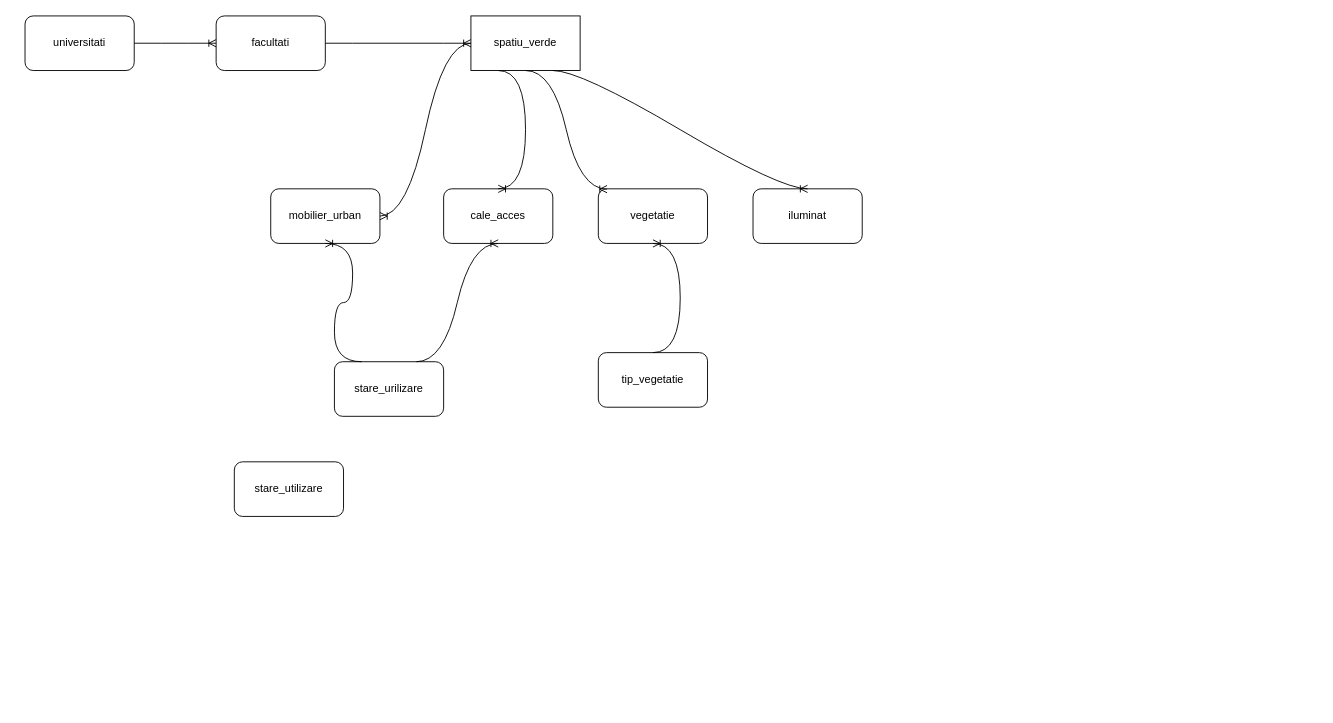
The draw.io diagram db.drawio in alexandrucostinas/sem2_alex, before the edit. Source tidied: cells renumbered, new cells numbered last; positions are measured from the earlier drawing's top-left corner, leaving out a move shared by most shapes. Both pictures are drawn from the tidied source at 91%, with x=0, y=0 at pixel (25, 15).
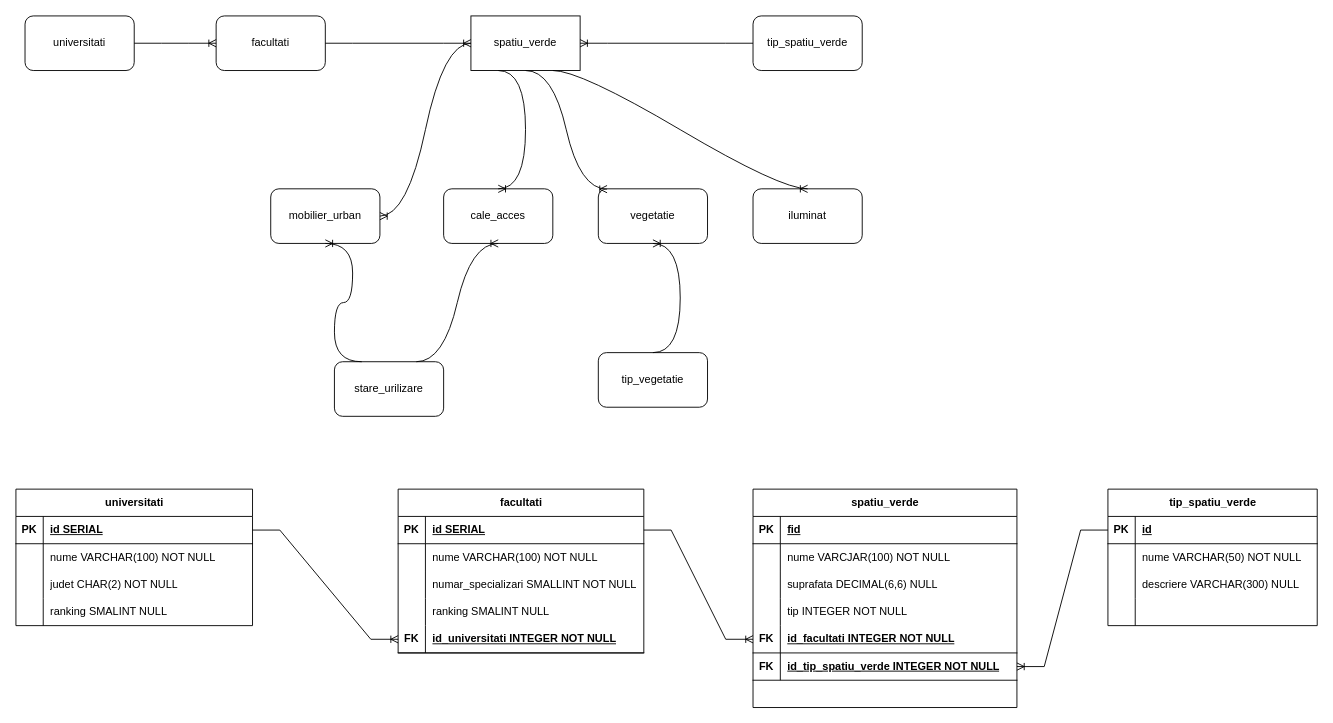
After the change.

The change refers to these unchanged cells:
```xml
<mxCell id="2" value="spatiu_verde" style="rounded=0;whiteSpace=wrap;html=1;" parent="1" vertex="1">
  <mxGeometry x="490" width="120" height="60" as="geometry" />
</mxCell>
```

The edit, as a diff of the source:
```diff
@@
-    <mxCell id="8" value="stare_utilizare" style="rounded=1;whiteSpace=wrap;html=1;" parent="1" vertex="1">
-      <mxGeometry x="230" y="490" width="120" height="60" as="geometry" />
-    </mxCell>
@@
+    <mxCell id="21" value="universitati" style="shape=table;startSize=30;childLayout=tableLayout;rowLines=0;fontStyle=1;align=center;html=1;" parent="1" vertex="1">
+      <mxGeometry x="-10" y="520" width="260" height="150" as="geometry" />
+    </mxCell>
+    <mxCell id="22" style="shape=tableRow;horizontal=0;startSize=0;swimlaneHead=0;swimlaneBody=0;fillColor=none;points=[[0,0.5],[1,0.5]];portConstraint=eastwest;top=0;left=0;right=0;bottom=1;" parent="21" vertex="1">
+      <mxGeometry y="30" width="260" height="30" as="geometry" />
+    </mxCell>
+    <mxCell id="23" value="PK" style="shape=partialRectangle;fillColor=none;top=0;left=0;bottom=0;right=0;fontStyle=1;overflow=hidden;whiteSpace=wrap;html=1;" parent="22" vertex="1">
+      <mxGeometry width="30" height="30" as="geometry" />
+    </mxCell>
+    <mxCell id="24" value="id SERIAL" style="shape=partialRectangle;fillColor=none;top=0;left=0;bottom=0;right=0;align=left;spacingLeft=6;fontStyle=5;overflow=hidden;whiteSpace=wrap;html=1;" parent="22" vertex="1">
+      <mxGeometry x="30" width="230" height="30" as="geometry" />
+    </mxCell>
+    <mxCell id="25" style="shape=tableRow;horizontal=0;startSize=0;swimlaneHead=0;swimlaneBody=0;fillColor=none;top=0;left=0;right=0;bottom=0;" parent="21" vertex="1">
+      <mxGeometry y="60" width="260" height="30" as="geometry" />
+    </mxCell>
+    <mxCell id="26" style="shape=partialRectangle;fillColor=none;top=0;left=0;bottom=0;right=0;overflow=hidden;whiteSpace=wrap;html=1;" parent="25" vertex="1">
+      <mxGeometry width="30" height="30" as="geometry" />
+    </mxCell>
+    <mxCell id="27" value="nume VARCHAR(100) NOT NULL" style="shape=partialRectangle;fillColor=none;top=0;left=0;bottom=0;right=0;align=left;spacingLeft=6;overflow=hidden;whiteSpace=wrap;html=1;" parent="25" vertex="1">
+      <mxGeometry x="30" width="230" height="30" as="geometry" />
+    </mxCell>
+    <mxCell id="28" style="shape=tableRow;horizontal=0;startSize=0;swimlaneHead=0;swimlaneBody=0;fillColor=none;top=0;left=0;right=0;bottom=0;" parent="21" vertex="1">
+      <mxGeometry y="90" width="260" height="30" as="geometry" />
+    </mxCell>
+    <mxCell id="29" style="shape=partialRectangle;fillColor=none;top=0;left=0;bottom=0;right=0;overflow=hidden;whiteSpace=wrap;html=1;" parent="28" vertex="1">
+      <mxGeometry width="30" height="30" as="geometry" />
+    </mxCell>
+    <mxCell id="30" value="judet CHAR(2) NOT NULL" style="shape=partialRectangle;fillColor=none;top=0;left=0;bottom=0;right=0;align=left;spacingLeft=6;overflow=hidden;whiteSpace=wrap;html=1;" parent="28" vertex="1">
+      <mxGeometry x="30" width="230" height="30" as="geometry" />
+    </mxCell>
+    <mxCell id="31" style="shape=tableRow;horizontal=0;startSize=0;swimlaneHead=0;swimlaneBody=0;fillColor=none;top=0;left=0;right=0;bottom=0;" parent="21" vertex="1">
+      <mxGeometry y="120" width="260" height="30" as="geometry" />
+    </mxCell>
+    <mxCell id="32" style="shape=partialRectangle;fillColor=none;top=0;left=0;bottom=0;right=0;overflow=hidden;whiteSpace=wrap;html=1;" parent="31" vertex="1">
+      <mxGeometry width="30" height="30" as="geometry" />
+    </mxCell>
+    <mxCell id="33" value="ranking SMALINT NULL" style="shape=partialRectangle;fillColor=none;top=0;left=0;bottom=0;right=0;align=left;spacingLeft=6;overflow=hidden;whiteSpace=wrap;html=1;" parent="31" vertex="1">
+      <mxGeometry x="30" width="230" height="30" as="geometry" />
+    </mxCell>
+    <mxCell id="34" value="facultati" style="shape=table;startSize=30;childLayout=tableLayout;rowLines=0;fontStyle=1;align=center;html=1;" parent="1" vertex="1">
+      <mxGeometry x="410" y="520" width="270" height="180" as="geometry" />
+    </mxCell>
+    <mxCell id="35" style="shape=tableRow;horizontal=0;startSize=0;swimlaneHead=0;swimlaneBody=0;fillColor=none;points=[[0,0.5],[1,0.5]];portConstraint=eastwest;top=0;left=0;right=0;bottom=1;" parent="34" vertex="1">
+      <mxGeometry y="30" width="270" height="30" as="geometry" />
+    </mxCell>
+    <mxCell id="36" value="PK" style="shape=partialRectangle;fillColor=none;top=0;left=0;bottom=0;right=0;fontStyle=1;overflow=hidden;whiteSpace=wrap;html=1;" parent="35" vertex="1">
+      <mxGeometry width="30" height="30" as="geometry" />
+    </mxCell>
+    <mxCell id="37" value="id SERIAL" style="shape=partialRectangle;fillColor=none;top=0;left=0;bottom=0;right=0;align=left;spacingLeft=6;fontStyle=5;overflow=hidden;whiteSpace=wrap;html=1;" parent="35" vertex="1">
+      <mxGeometry x="30" width="240" height="30" as="geometry" />
+    </mxCell>
+    <mxCell id="38" style="shape=tableRow;horizontal=0;startSize=0;swimlaneHead=0;swimlaneBody=0;fillColor=none;top=0;left=0;right=0;bottom=0;" parent="34" vertex="1">
+      <mxGeometry y="60" width="270" height="30" as="geometry" />
+    </mxCell>
+    <mxCell id="39" style="shape=partialRectangle;fillColor=none;top=0;left=0;bottom=0;right=0;overflow=hidden;whiteSpace=wrap;html=1;" parent="38" vertex="1">
+      <mxGeometry width="30" height="30" as="geometry" />
+    </mxCell>
+    <mxCell id="40" value="nume VARCHAR(100) NOT NULL" style="shape=partialRectangle;fillColor=none;top=0;left=0;bottom=0;right=0;align=left;spacingLeft=6;overflow=hidden;whiteSpace=wrap;html=1;" parent="38" vertex="1">
+      <mxGeometry x="30" width="240" height="30" as="geometry" />
+    </mxCell>
+    <mxCell id="41" style="shape=tableRow;horizontal=0;startSize=0;swimlaneHead=0;swimlaneBody=0;fillColor=none;top=0;left=0;right=0;bottom=0;" parent="34" vertex="1">
+      <mxGeometry y="90" width="270" height="30" as="geometry" />
+    </mxCell>
+    <mxCell id="42" style="shape=partialRectangle;fillColor=none;top=0;left=0;bottom=0;right=0;overflow=hidden;whiteSpace=wrap;html=1;" parent="41" vertex="1">
+      <mxGeometry width="30" height="30" as="geometry" />
+    </mxCell>
+    <mxCell id="43" value="numar_specializari SMALLINT NOT NULL" style="shape=partialRectangle;fillColor=none;top=0;left=0;bottom=0;right=0;align=left;spacingLeft=6;overflow=hidden;whiteSpace=wrap;html=1;" parent="41" vertex="1">
+      <mxGeometry x="30" width="240" height="30" as="geometry" />
+    </mxCell>
+    <mxCell id="44" style="shape=tableRow;horizontal=0;startSize=0;swimlaneHead=0;swimlaneBody=0;fillColor=none;top=0;left=0;right=0;bottom=0;" parent="34" vertex="1">
+      <mxGeometry y="120" width="270" height="30" as="geometry" />
+    </mxCell>
+    <mxCell id="45" style="shape=partialRectangle;fillColor=none;top=0;left=0;bottom=0;right=0;overflow=hidden;whiteSpace=wrap;html=1;" parent="44" vertex="1">
+      <mxGeometry width="30" height="30" as="geometry" />
+    </mxCell>
+    <mxCell id="46" value="ranking SMALINT NULL" style="shape=partialRectangle;fillColor=none;top=0;left=0;bottom=0;right=0;align=left;spacingLeft=6;overflow=hidden;whiteSpace=wrap;html=1;" parent="44" vertex="1">
+      <mxGeometry x="30" width="240" height="30" as="geometry" />
+    </mxCell>
+    <mxCell id="47" style="shape=tableRow;horizontal=0;startSize=0;swimlaneHead=0;swimlaneBody=0;fillColor=none;points=[[0,0.5],[1,0.5]];portConstraint=eastwest;top=0;left=0;right=0;bottom=1;" parent="34" vertex="1">
+      <mxGeometry y="150" width="270" height="30" as="geometry" />
+    </mxCell>
+    <mxCell id="48" value="FK" style="shape=partialRectangle;fillColor=none;top=0;left=0;bottom=0;right=0;fontStyle=1;overflow=hidden;whiteSpace=wrap;html=1;" parent="47" vertex="1">
+      <mxGeometry width="30" height="30" as="geometry" />
+    </mxCell>
+    <mxCell id="49" value="id_universitati INTEGER NOT NULL" style="shape=partialRectangle;fillColor=none;top=0;left=0;bottom=0;right=0;align=left;spacingLeft=6;fontStyle=5;overflow=hidden;whiteSpace=wrap;html=1;" parent="47" vertex="1">
+      <mxGeometry x="30" width="240" height="30" as="geometry" />
+    </mxCell>
+    <mxCell id="50" style="edgeStyle=entityRelationEdgeStyle;fontSize=12;html=1;endArrow=ERoneToMany;rounded=0;exitX=1;exitY=0.5;exitDx=0;exitDy=0;entryX=0;entryY=0.5;entryDx=0;entryDy=0;" parent="1" edge="1" source="22" target="47">
+      <mxGeometry relative="1" as="geometry" />
+    </mxCell>
+    <mxCell id="51" value="spatiu_verde" style="shape=table;startSize=30;childLayout=tableLayout;rowLines=0;fontStyle=1;align=center;html=1;" parent="1" vertex="1">
+      <mxGeometry x="800" y="520" width="290" height="240" as="geometry" />
+    </mxCell>
+    <mxCell id="52" style="shape=tableRow;horizontal=0;startSize=0;swimlaneHead=0;swimlaneBody=0;fillColor=none;top=0;left=0;right=0;bottom=1;" parent="51" vertex="1">
+      <mxGeometry y="30" width="290" height="30" as="geometry" />
+    </mxCell>
+    <mxCell id="53" value="PK" style="shape=partialRectangle;fillColor=none;top=0;left=0;bottom=0;right=0;fontStyle=1;overflow=hidden;whiteSpace=wrap;html=1;" parent="52" vertex="1">
+      <mxGeometry width="30" height="30" as="geometry" />
+    </mxCell>
+    <mxCell id="54" value="fid" style="shape=partialRectangle;fillColor=none;top=0;left=0;bottom=0;right=0;align=left;spacingLeft=6;fontStyle=5;overflow=hidden;whiteSpace=wrap;html=1;" parent="52" vertex="1">
+      <mxGeometry x="30" width="260" height="30" as="geometry" />
+    </mxCell>
+    <mxCell id="55" style="shape=tableRow;horizontal=0;startSize=0;swimlaneHead=0;swimlaneBody=0;fillColor=none;top=0;left=0;right=0;bottom=0;" parent="51" vertex="1">
+      <mxGeometry y="60" width="290" height="30" as="geometry" />
+    </mxCell>
+    <mxCell id="56" style="shape=partialRectangle;fillColor=none;top=0;left=0;bottom=0;right=0;overflow=hidden;whiteSpace=wrap;html=1;" parent="55" vertex="1">
+      <mxGeometry width="30" height="30" as="geometry" />
+    </mxCell>
+    <mxCell id="57" value="nume VARCJAR(100) NOT NULL" style="shape=partialRectangle;fillColor=none;top=0;left=0;bottom=0;right=0;align=left;spacingLeft=6;overflow=hidden;whiteSpace=wrap;html=1;" parent="55" vertex="1">
+      <mxGeometry x="30" width="260" height="30" as="geometry" />
+    </mxCell>
+    <mxCell id="58" style="shape=tableRow;horizontal=0;startSize=0;swimlaneHead=0;swimlaneBody=0;fillColor=none;top=0;left=0;right=0;bottom=0;" parent="51" vertex="1">
+      <mxGeometry y="90" width="290" height="30" as="geometry" />
+    </mxCell>
+    <mxCell id="59" style="shape=partialRectangle;fillColor=none;top=0;left=0;bottom=0;right=0;overflow=hidden;whiteSpace=wrap;html=1;" parent="58" vertex="1">
+      <mxGeometry width="30" height="30" as="geometry" />
+    </mxCell>
+    <mxCell id="60" value="suprafata DECIMAL(6,6) NULL" style="shape=partialRectangle;fillColor=none;top=0;left=0;bottom=0;right=0;align=left;spacingLeft=6;overflow=hidden;whiteSpace=wrap;html=1;" parent="58" vertex="1">
+      <mxGeometry x="30" width="260" height="30" as="geometry" />
+    </mxCell>
+    <mxCell id="61" style="shape=tableRow;horizontal=0;startSize=0;swimlaneHead=0;swimlaneBody=0;fillColor=none;top=0;left=0;right=0;bottom=0;" parent="51" vertex="1">
+      <mxGeometry y="120" width="290" height="30" as="geometry" />
+    </mxCell>
+    <mxCell id="62" style="shape=partialRectangle;fillColor=none;top=0;left=0;bottom=0;right=0;overflow=hidden;whiteSpace=wrap;html=1;" parent="61" vertex="1">
+      <mxGeometry width="30" height="30" as="geometry" />
+    </mxCell>
+    <mxCell id="63" value="tip INTEGER NOT NULL" style="shape=partialRectangle;fillColor=none;top=0;left=0;bottom=0;right=0;align=left;spacingLeft=6;overflow=hidden;whiteSpace=wrap;html=1;" parent="61" vertex="1">
+      <mxGeometry x="30" width="260" height="30" as="geometry" />
+    </mxCell>
+    <mxCell id="64" style="shape=tableRow;horizontal=0;startSize=0;swimlaneHead=0;swimlaneBody=0;fillColor=none;points=[[0,0.5],[1,0.5]];portConstraint=eastwest;top=0;left=0;right=0;bottom=1;" parent="51" vertex="1">
+      <mxGeometry y="150" width="290" height="30" as="geometry" />
+    </mxCell>
+    <mxCell id="65" value="FK" style="shape=partialRectangle;fillColor=none;top=0;left=0;bottom=0;right=0;fontStyle=1;overflow=hidden;whiteSpace=wrap;html=1;" parent="64" vertex="1">
+      <mxGeometry width="30" height="30" as="geometry" />
+    </mxCell>
+    <mxCell id="66" value="id_facultati INTEGER NOT NULL" style="shape=partialRectangle;fillColor=none;top=0;left=0;bottom=0;right=0;align=left;spacingLeft=6;fontStyle=5;overflow=hidden;whiteSpace=wrap;html=1;" parent="64" vertex="1">
+      <mxGeometry x="30" width="260" height="30" as="geometry" />
+    </mxCell>
+    <mxCell id="67" style="shape=tableRow;horizontal=0;startSize=0;swimlaneHead=0;swimlaneBody=0;fillColor=none;points=[[0,0.5],[1,0.5]];portConstraint=eastwest;top=0;left=0;right=0;bottom=1;" parent="51" vertex="1">
+      <mxGeometry y="180" width="290" height="30" as="geometry" />
+    </mxCell>
+    <mxCell id="68" value="FK" style="shape=partialRectangle;fillColor=none;top=0;left=0;bottom=0;right=0;fontStyle=1;overflow=hidden;whiteSpace=wrap;html=1;" parent="67" vertex="1">
+      <mxGeometry width="30" height="30" as="geometry" />
+    </mxCell>
+    <mxCell id="69" value="id_tip_spatiu_verde INTEGER NOT NULL" style="shape=partialRectangle;fillColor=none;top=0;left=0;bottom=0;right=0;align=left;spacingLeft=6;fontStyle=5;overflow=hidden;whiteSpace=wrap;html=1;" parent="67" vertex="1">
+      <mxGeometry x="30" width="260" height="30" as="geometry" />
+    </mxCell>
+    <mxCell id="70" style="edgeStyle=entityRelationEdgeStyle;fontSize=12;html=1;endArrow=ERoneToMany;rounded=0;exitX=1;exitY=0.5;exitDx=0;exitDy=0;entryX=0;entryY=0.5;entryDx=0;entryDy=0;" parent="1" edge="1" source="35" target="64">
+      <mxGeometry relative="1" as="geometry" />
+    </mxCell>
+    <mxCell id="71" value="tip_spatiu_verde" style="rounded=1;whiteSpace=wrap;html=1;" parent="1" vertex="1">
+      <mxGeometry x="800" width="120" height="60" as="geometry" />
+    </mxCell>
+    <mxCell id="72" style="edgeStyle=entityRelationEdgeStyle;fontSize=12;html=1;endArrow=ERoneToMany;rounded=0;exitX=0;exitY=0.5;exitDx=0;exitDy=0;entryX=1;entryY=0.5;entryDx=0;entryDy=0;" parent="1" edge="1" source="71" target="2">
+      <mxGeometry relative="1" as="geometry" />
+    </mxCell>
+    <mxCell id="73" value="tip_spatiu_verde" style="shape=table;startSize=30;childLayout=tableLayout;rowLines=0;fontStyle=1;align=center;html=1;" parent="1" vertex="1">
+      <mxGeometry x="1190" y="520" width="230" height="150" as="geometry" />
+    </mxCell>
+    <mxCell id="74" style="shape=tableRow;horizontal=0;startSize=0;swimlaneHead=0;swimlaneBody=0;fillColor=none;points=[[0,0.5],[1,0.5]];portConstraint=eastwest;top=0;left=0;right=0;bottom=1;" parent="73" vertex="1">
+      <mxGeometry y="30" width="230" height="30" as="geometry" />
+    </mxCell>
+    <mxCell id="75" value="PK" style="shape=partialRectangle;fillColor=none;top=0;left=0;bottom=0;right=0;fontStyle=1;overflow=hidden;whiteSpace=wrap;html=1;" parent="74" vertex="1">
+      <mxGeometry width="30" height="30" as="geometry" />
+    </mxCell>
+    <mxCell id="76" value="id" style="shape=partialRectangle;fillColor=none;top=0;left=0;bottom=0;right=0;align=left;spacingLeft=6;fontStyle=5;overflow=hidden;whiteSpace=wrap;html=1;" parent="74" vertex="1">
+      <mxGeometry x="30" width="200" height="30" as="geometry" />
+    </mxCell>
+    <mxCell id="77" style="shape=tableRow;horizontal=0;startSize=0;swimlaneHead=0;swimlaneBody=0;fillColor=none;top=0;left=0;right=0;bottom=0;" parent="73" vertex="1">
+      <mxGeometry y="60" width="230" height="30" as="geometry" />
+    </mxCell>
+    <mxCell id="78" style="shape=partialRectangle;fillColor=none;top=0;left=0;bottom=0;right=0;overflow=hidden;whiteSpace=wrap;html=1;" parent="77" vertex="1">
+      <mxGeometry width="30" height="30" as="geometry" />
+    </mxCell>
+    <mxCell id="79" value="nume VARCHAR(50) NOT NULL" style="shape=partialRectangle;fillColor=none;top=0;left=0;bottom=0;right=0;align=left;spacingLeft=6;overflow=hidden;whiteSpace=wrap;html=1;" parent="77" vertex="1">
+      <mxGeometry x="30" width="200" height="30" as="geometry" />
+    </mxCell>
+    <mxCell id="80" style="shape=tableRow;horizontal=0;startSize=0;swimlaneHead=0;swimlaneBody=0;fillColor=none;top=0;left=0;right=0;bottom=0;" parent="73" vertex="1">
+      <mxGeometry y="90" width="230" height="30" as="geometry" />
+    </mxCell>
+    <mxCell id="81" style="shape=partialRectangle;fillColor=none;top=0;left=0;bottom=0;right=0;overflow=hidden;whiteSpace=wrap;html=1;" parent="80" vertex="1">
+      <mxGeometry width="30" height="30" as="geometry" />
+    </mxCell>
+    <mxCell id="82" value="descriere VARCHAR(300) NULL" style="shape=partialRectangle;fillColor=none;top=0;left=0;bottom=0;right=0;align=left;spacingLeft=6;overflow=hidden;whiteSpace=wrap;html=1;" parent="80" vertex="1">
+      <mxGeometry x="30" width="200" height="30" as="geometry" />
+    </mxCell>
+    <mxCell id="83" style="shape=tableRow;horizontal=0;startSize=0;swimlaneHead=0;swimlaneBody=0;fillColor=none;top=0;left=0;right=0;bottom=0;" parent="73" vertex="1">
+      <mxGeometry y="120" width="230" height="30" as="geometry" />
+    </mxCell>
+    <mxCell id="84" style="shape=partialRectangle;fillColor=none;top=0;left=0;bottom=0;right=0;overflow=hidden;whiteSpace=wrap;html=1;" parent="83" vertex="1">
+      <mxGeometry width="30" height="30" as="geometry" />
+    </mxCell>
+    <mxCell id="85" style="shape=partialRectangle;fillColor=none;top=0;left=0;bottom=0;right=0;align=left;spacingLeft=6;overflow=hidden;whiteSpace=wrap;html=1;" parent="83" vertex="1">
+      <mxGeometry x="30" width="200" height="30" as="geometry" />
+    </mxCell>
+    <mxCell id="86" style="edgeStyle=entityRelationEdgeStyle;fontSize=12;html=1;endArrow=ERoneToMany;rounded=0;exitX=0;exitY=0.5;exitDx=0;exitDy=0;entryX=1;entryY=0.5;entryDx=0;entryDy=0;" parent="1" edge="1" source="74" target="67">
+      <mxGeometry relative="1" as="geometry" />
+    </mxCell>
```
